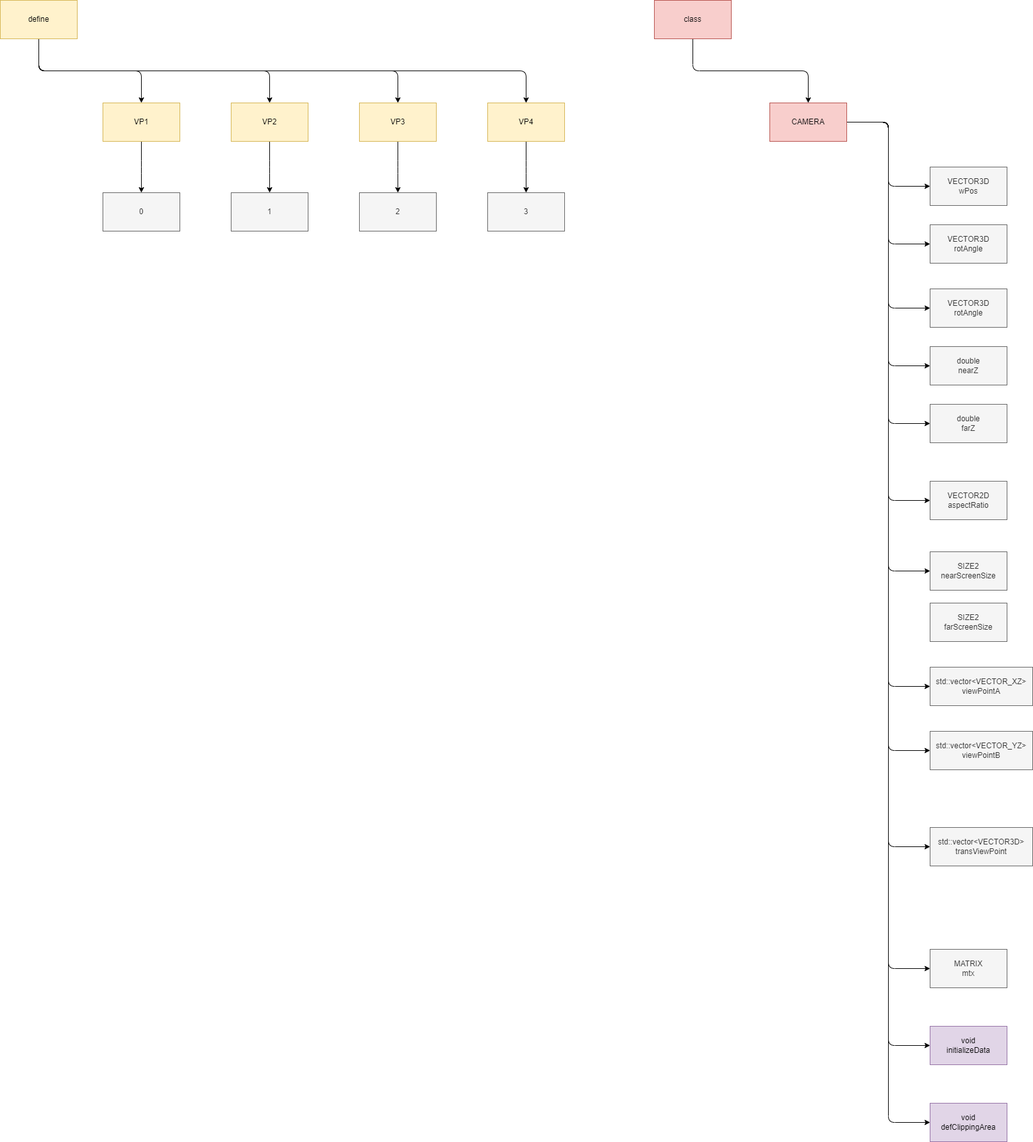
Before: drawio/files/camera/h.drawio.png, a diagram exported from draw.io (Tanso-mct/GLPA). Source tidied: cells renumbered, new cells last; positions are measured from the earlier drawing's top-left corner, leaving out a move shared by most shapes.
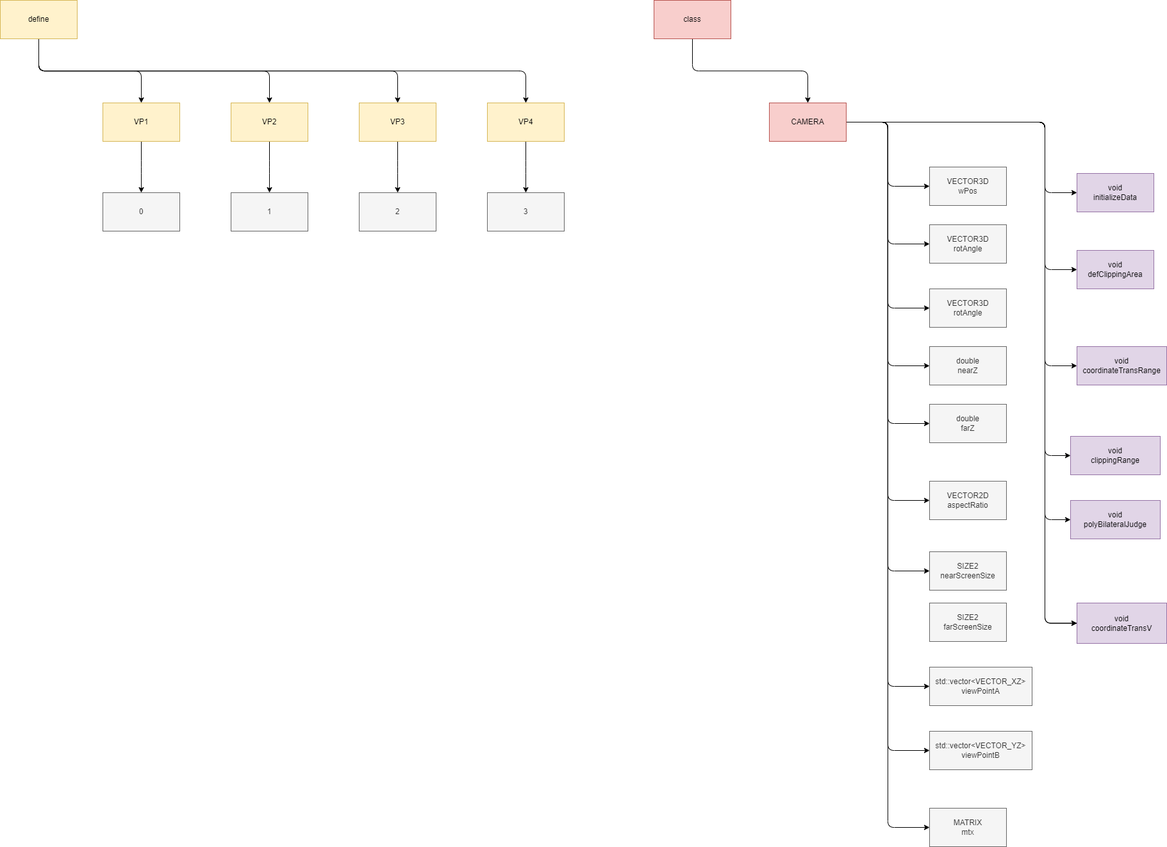
After the commit.

What changed in the source:
```diff
@@ -30,10 +30,19 @@
       <mxGeometry relative="1" as="geometry" />
     </mxCell>
     <mxCell id="11" style="edgeStyle=elbowEdgeStyle;html=1;" parent="1" edge="1" source="17" target="25">
-      <mxGeometry relative="1" as="geometry" />
+      <mxGeometry relative="1" as="geometry">
+        <Array as="points">
+          <mxPoint x="1630" y="240" />
+        </Array>
+      </mxGeometry>
     </mxCell>
     <mxCell id="12" style="edgeStyle=elbowEdgeStyle;html=1;" parent="1" edge="1" source="17" target="26">
-      <mxGeometry relative="1" as="geometry" />
+      <mxGeometry relative="1" as="geometry">
+        <Array as="points">
+          <mxPoint x="1630" y="350" />
+          <mxPoint x="1600" y="310" />
+        </Array>
+      </mxGeometry>
     </mxCell>
     <mxCell id="13" style="edgeStyle=elbowEdgeStyle;html=1;fontFamily=Helvetica;fontSize=12;fontColor=#333333;" parent="1" edge="1" source="17" target="27">
       <mxGeometry relative="1" as="geometry" />
@@ -44,9 +53,41 @@
     <mxCell id="15" style="edgeStyle=elbowEdgeStyle;html=1;fontFamily=Helvetica;fontSize=12;fontColor=#333333;" parent="1" edge="1" source="17" target="29">
       <mxGeometry relative="1" as="geometry" />
     </mxCell>
-    <mxCell id="16" style="edgeStyle=elbowEdgeStyle;html=1;" parent="1" edge="1" source="17" target="48">
-      <mxGeometry relative="1" as="geometry" />
-    </mxCell>
+    <mxCell id="49" style="edgeStyle=elbowEdgeStyle;html=1;" parent="1" edge="1" source="17" target="16">
+      <mxGeometry relative="1" as="geometry">
+        <Array as="points">
+          <mxPoint x="1630" y="400" />
+        </Array>
+      </mxGeometry>
+    </mxCell>
+    <mxCell id="50" style="edgeStyle=elbowEdgeStyle;html=1;" parent="1" edge="1" source="17" target="54">
+      <mxGeometry relative="1" as="geometry">
+        <Array as="points">
+          <mxPoint x="1630" y="450" />
+        </Array>
+      </mxGeometry>
+    </mxCell>
+    <mxCell id="51" style="edgeStyle=elbowEdgeStyle;html=1;" parent="1" edge="1" source="17" target="55">
+      <mxGeometry relative="1" as="geometry">
+        <Array as="points">
+          <mxPoint x="1630" y="460" />
+        </Array>
+      </mxGeometry>
+    </mxCell>
+    <mxCell id="52" style="edgeStyle=elbowEdgeStyle;html=1;" parent="1" edge="1" source="17" target="56">
+      <mxGeometry relative="1" as="geometry">
+        <Array as="points">
+          <mxPoint x="1630" y="520" />
+        </Array>
+      </mxGeometry>
+    </mxCell>
+    <mxCell id="53" style="edgeStyle=elbowEdgeStyle;html=1;" parent="1" edge="1" source="17" target="54">
+      <mxGeometry relative="1" as="geometry">
+        <Array as="points">
+          <mxPoint x="1630" y="580" />
+        </Array>
+      </mxGeometry>
+    </mxCell>
     <mxCell id="17" value="CAMERA" style="whiteSpace=wrap;html=1;strokeColor=#b85450;fontFamily=Helvetica;fontSize=12;fillColor=#f8cecc;" parent="1" vertex="1">
       <mxGeometry x="1200" y="160" width="120" height="60" as="geometry" />
     </mxCell>
@@ -69,13 +110,13 @@
       <mxGeometry x="1450" y="750" width="120" height="60" as="geometry" />
     </mxCell>
     <mxCell id="24" value="MATRIX&lt;br&gt;mtx" style="whiteSpace=wrap;html=1;strokeColor=#666666;fontFamily=Helvetica;fontSize=12;fontColor=#333333;fillColor=#f5f5f5;" parent="1" vertex="1">
-      <mxGeometry x="1450" y="1480" width="120" height="60" as="geometry" />
+      <mxGeometry x="1450" y="1260" width="120" height="60" as="geometry" />
     </mxCell>
     <mxCell id="25" value="void&lt;br&gt;initializeData" style="whiteSpace=wrap;html=1;strokeColor=#9673a6;fontFamily=Helvetica;fontSize=12;fillColor=#e1d5e7;" parent="1" vertex="1">
-      <mxGeometry x="1450" y="1600" width="120" height="60" as="geometry" />
+      <mxGeometry x="1680" y="270" width="120" height="60" as="geometry" />
     </mxCell>
     <mxCell id="26" value="void&lt;br&gt;defClippingArea" style="whiteSpace=wrap;html=1;strokeColor=#9673a6;fontFamily=Helvetica;fontSize=12;fillColor=#e1d5e7;" parent="1" vertex="1">
-      <mxGeometry x="1450" y="1720" width="120" height="60" as="geometry" />
+      <mxGeometry x="1680" y="390" width="120" height="60" as="geometry" />
     </mxCell>
     <mxCell id="27" value="std::vector&amp;lt;VECTOR_XZ&amp;gt;&lt;br&gt;viewPointA" style="whiteSpace=wrap;html=1;strokeColor=#666666;fontFamily=Helvetica;fontSize=12;fontColor=#333333;fillColor=#f5f5f5;" parent="1" vertex="1">
       <mxGeometry x="1450" y="1040" width="160" height="60" as="geometry" />
@@ -140,8 +181,17 @@
     <mxCell id="47" value="SIZE2&lt;br&gt;farScreenSize" style="whiteSpace=wrap;html=1;strokeColor=#666666;fontFamily=Helvetica;fontSize=12;fontColor=#333333;fillColor=#f5f5f5;" parent="1" vertex="1">
       <mxGeometry x="1450" y="940" width="120" height="60" as="geometry" />
     </mxCell>
-    <mxCell id="48" value="std::vector&amp;lt;VECTOR3D&amp;gt; transViewPoint" style="whiteSpace=wrap;html=1;strokeColor=#666666;fontFamily=Helvetica;fontSize=12;fontColor=#333333;fillColor=#f5f5f5;" parent="1" vertex="1">
-      <mxGeometry x="1450" y="1290" width="160" height="60" as="geometry" />
-    </mxCell>
+    <mxCell id="16" value="void&lt;br&gt;coordinateTransRange" style="whiteSpace=wrap;html=1;strokeColor=#9673a6;fontFamily=Helvetica;fontSize=12;fillColor=#e1d5e7;" parent="1" vertex="1">
+      <mxGeometry x="1680" y="540" width="140" height="60" as="geometry" />
+    </mxCell>
+    <mxCell id="54" value="void&lt;br&gt;coordinateTransV" style="whiteSpace=wrap;html=1;strokeColor=#9673a6;fontFamily=Helvetica;fontSize=12;fillColor=#e1d5e7;" parent="1" vertex="1">
+      <mxGeometry x="1680" y="940" width="140" height="63" as="geometry" />
+    </mxCell>
+    <mxCell id="55" value="void&lt;br&gt;clippingRange" style="whiteSpace=wrap;html=1;strokeColor=#9673a6;fontFamily=Helvetica;fontSize=12;fillColor=#e1d5e7;" parent="1" vertex="1">
+      <mxGeometry x="1670" y="680" width="140" height="60" as="geometry" />
+    </mxCell>
+    <mxCell id="56" value="void&lt;br&gt;polyBilateralJudge" style="whiteSpace=wrap;html=1;strokeColor=#9673a6;fontFamily=Helvetica;fontSize=12;fillColor=#e1d5e7;" parent="1" vertex="1">
+      <mxGeometry x="1670" y="780" width="140" height="60" as="geometry" />
+    </mxCell>
   </root>
 </mxGraphModel>
```
